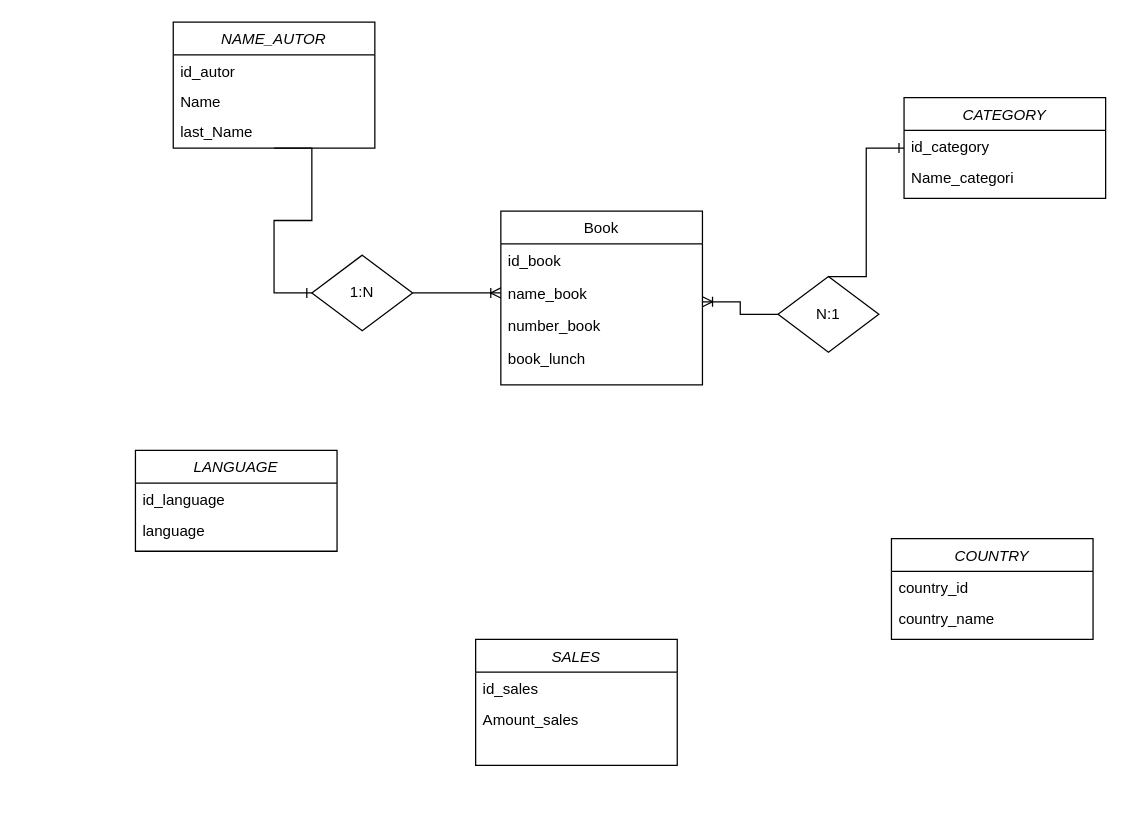
Before: Untitled Diagram.drawio in johns70/bucle-foreach, a draw.io diagram. Source tidied: cells renumbered, new cells numbered last; positions are measured from the earlier drawing's top-left corner, leaving out a move shared by most shapes. Both pictures are drawn from the tidied source at 126%, with x=0, y=0 at pixel (135, -170).
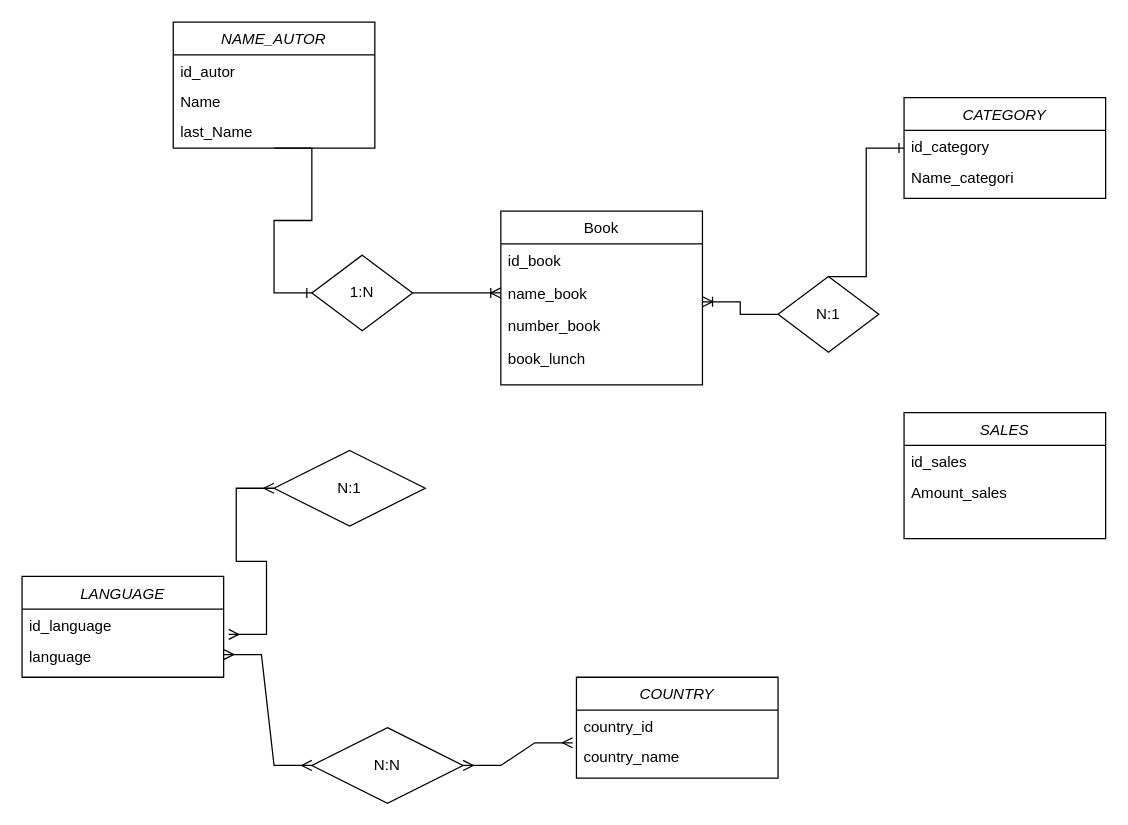
The same page after the edit.

The change refers to these unchanged cells:
```xml
<mxCell id="15" value="id_language" style="text;align=left;verticalAlign=top;spacingLeft=4;spacingRight=4;overflow=hidden;points=[[0,0.5],[1,0.5]];portConstraint=eastwest;" parent="14" vertex="1">
  <mxGeometry y="26" width="160" height="24" as="geometry" />
</mxCell>
<mxCell id="16" value="language" style="text;align=left;verticalAlign=top;spacingLeft=4;spacingRight=4;overflow=hidden;points=[[0,0.5],[1,0.5]];portConstraint=eastwest;" parent="14" vertex="1">
  <mxGeometry y="50" width="160" height="24" as="geometry" />
</mxCell>
<mxCell id="19" value="country_name" style="text;align=left;verticalAlign=top;spacingLeft=4;spacingRight=4;overflow=hidden;points=[[0,0.5],[1,0.5]];portConstraint=eastwest;" parent="17" vertex="1">
  <mxGeometry y="50" width="160" height="24" as="geometry" />
</mxCell>
```

Change to the diagram source:
```diff
@@
     <mxCell id="14" value="LANGUAGE" style="swimlane;fontStyle=2;align=center;verticalAlign=top;horizontal=1;startSize=26;rounded=0;shadow=0;strokeWidth=1;" parent="1" vertex="1">
-      <mxGeometry y="492" width="160" height="80" as="geometry" />
+      <mxGeometry x="-90" y="592" width="160" height="80" as="geometry" />
     </mxCell>
@@
     <mxCell id="17" value="COUNTRY" style="swimlane;fontStyle=2;align=center;verticalAlign=top;horizontal=1;startSize=26;rounded=0;shadow=0;strokeWidth=1;" parent="1" vertex="1">
-      <mxGeometry x="600" y="562" width="160" height="80" as="geometry" />
+      <mxGeometry x="350" y="672" width="160" height="80" as="geometry" />
     </mxCell>
@@
     <mxCell id="20" value="SALES" style="swimlane;fontStyle=2;align=center;verticalAlign=top;horizontal=1;startSize=26;rounded=0;shadow=0;strokeWidth=1;" parent="1" vertex="1">
-      <mxGeometry x="270" y="642" width="160" height="100" as="geometry" />
+      <mxGeometry x="610" y="462" width="160" height="100" as="geometry" />
     </mxCell>
@@
+    <mxCell id="29" value="N:1" style="shape=rhombus;perimeter=rhombusPerimeter;whiteSpace=wrap;html=1;align=center;" parent="1" vertex="1">
+      <mxGeometry x="110" y="492" width="120" height="60" as="geometry" />
+    </mxCell>
+    <mxCell id="30" style="edgeStyle=entityRelationEdgeStyle;fontSize=12;html=1;endArrow=ERmany;startArrow=ERmany;rounded=0;entryX=1.025;entryY=0.833;entryDx=0;entryDy=0;exitX=0;exitY=0.5;exitDx=0;exitDy=0;entryPerimeter=0;" parent="1" edge="1" source="29" target="15">
+      <mxGeometry relative="1" as="geometry" />
+    </mxCell>
+    <mxCell id="31" value="N:N" style="shape=rhombus;perimeter=rhombusPerimeter;whiteSpace=wrap;html=1;align=center;" parent="1" vertex="1">
+      <mxGeometry x="140" y="712" width="120" height="60" as="geometry" />
+    </mxCell>
+    <mxCell id="32" style="edgeStyle=entityRelationEdgeStyle;fontSize=12;html=1;endArrow=ERmany;startArrow=ERmany;rounded=0;exitX=1;exitY=0.5;exitDx=0;exitDy=0;entryX=-0.019;entryY=0.083;entryDx=0;entryDy=0;entryPerimeter=0;" parent="1" edge="1" source="31" target="19">
+      <mxGeometry relative="1" as="geometry">
+        <Array as="points">
+          <mxPoint x="430" y="925" />
+        </Array>
+      </mxGeometry>
+    </mxCell>
+    <mxCell id="33" style="edgeStyle=entityRelationEdgeStyle;fontSize=12;html=1;endArrow=ERmany;startArrow=ERmany;rounded=0;exitX=1;exitY=0.5;exitDx=0;exitDy=0;entryX=0;entryY=0.5;entryDx=0;entryDy=0;" parent="1" edge="1" source="16" target="31">
+      <mxGeometry relative="1" as="geometry">
+        <Array as="points">
+          <mxPoint x="326.5" y="833" />
+        </Array>
+      </mxGeometry>
+    </mxCell>
```
